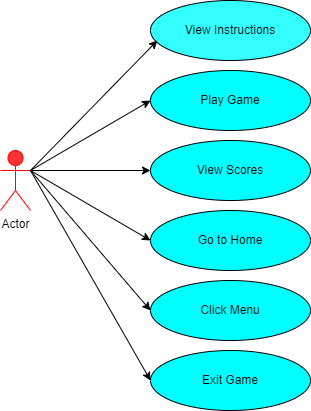
Earlier version of the draw.io export 2_Architecture/behavior Diagrams/UsecaseDiagram.drawio.png (Karthikeyan1411/M1_Game_Quiz). Source tidied: cells renumbered, new cells last; positions are measured from the earlier drawing's top-left corner, leaving out a move shared by most shapes.
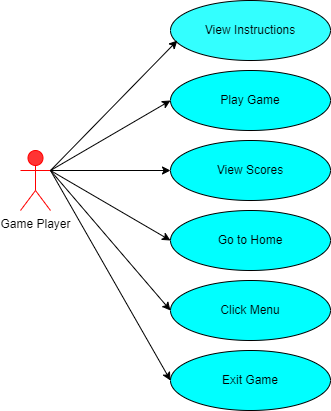
After the commit.

The edit, as a diff of the source:
```diff
@@ -2,7 +2,7 @@
   <root>
     <mxCell id="0" />
     <mxCell id="1" parent="0" />
-    <mxCell id="2" value="Actor" style="shape=umlActor;verticalLabelPosition=bottom;verticalAlign=top;html=1;fillColor=#FF3333;strokeColor=#FF0000;" parent="1" vertex="1">
+    <mxCell id="2" value="Game Player" style="shape=umlActor;verticalLabelPosition=bottom;verticalAlign=top;html=1;fillColor=#FF3333;strokeColor=#FF0000;" parent="1" vertex="1">
       <mxGeometry y="150" width="30" height="60" as="geometry" />
     </mxCell>
     <mxCell id="3" value="View Instructions" style="ellipse;whiteSpace=wrap;html=1;fillColor=#33FFFF;" parent="1" vertex="1">
```
